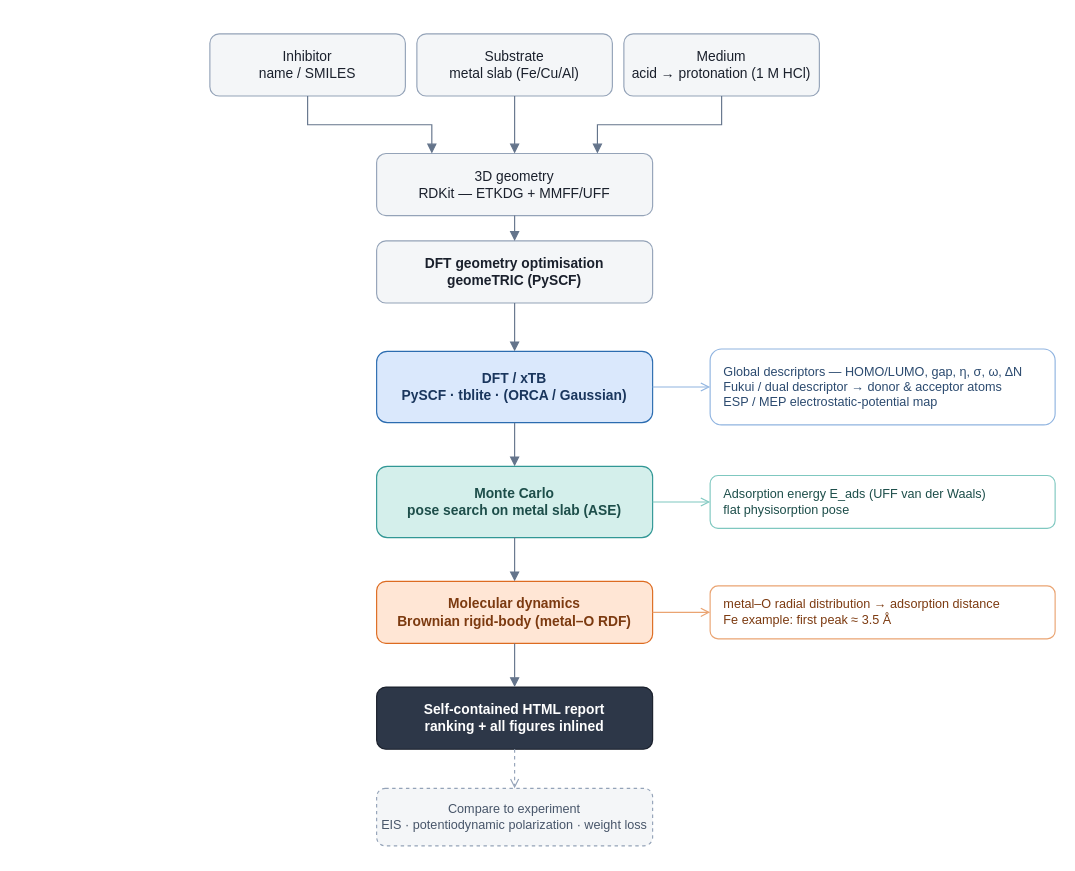
braboj/corrosim keeps this draw.io diagram as docs/diagrams/pipeline.drawio. Above is the earlier version. Source tidied: cells renumbered, new cells numbered last; positions are measured from the earlier drawing's top-left corner, leaving out a move shared by most shapes. Both pictures are drawn from the tidied source at 115%, with x=0, y=0 at pixel (209, 33).
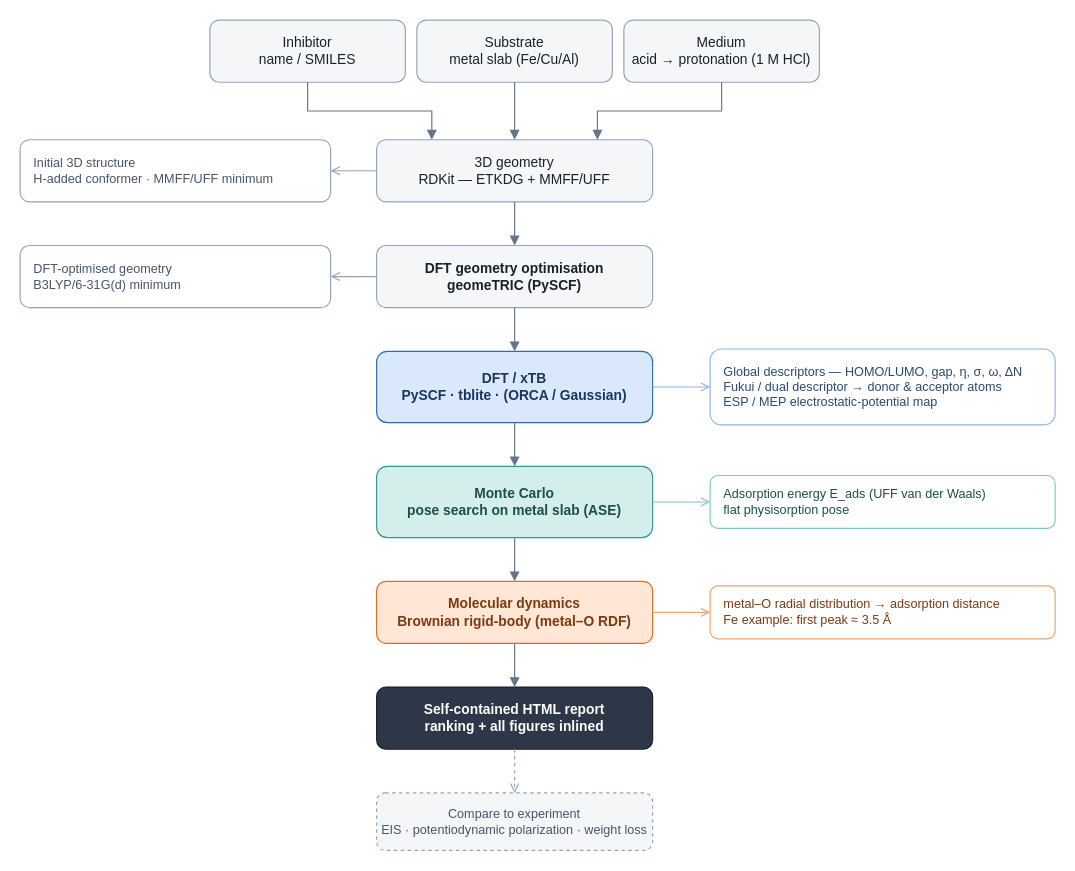
After the change.

Commit message (it also covers changes not shown here):
docs(diagram): uniform arrow spacing; add geometry-step artifact boxes

Make the vertical gaps between all process boxes equal so the 3D
geometry -> DFT optimisation arrow matches the rest. Add left-side
output boxes for the two geometry steps (initial 3D structure;
DFT-optimised geometry), mirroring the DFT/MC/MD artifact boxes on the
right. Re-export to both PNG destinations.

Diff of the diagram source:
```diff
@@
     <mxCell id="2" value="Inhibitor&#10;name / SMILES" style="rounded=1;whiteSpace=wrap;html=1;fillColor=#f4f6f8;strokeColor=#94a3b8;fontSize=12;fontColor=#1a202c;" parent="1" vertex="1">
-      <mxGeometry width="170" height="54" as="geometry" />
+      <mxGeometry y="-12" width="170" height="54" as="geometry" />
     </mxCell>
     <mxCell id="3" value="Substrate&#10;metal slab (Fe/Cu/Al)" style="rounded=1;whiteSpace=wrap;html=1;fillColor=#f4f6f8;strokeColor=#94a3b8;fontSize=12;fontColor=#1a202c;" parent="1" vertex="1">
-      <mxGeometry x="180" width="170" height="54" as="geometry" />
+      <mxGeometry x="180" y="-12" width="170" height="54" as="geometry" />
     </mxCell>
     <mxCell id="4" value="Medium&#10;acid → protonation (1 M HCl)" style="rounded=1;whiteSpace=wrap;html=1;fillColor=#f4f6f8;strokeColor=#94a3b8;fontSize=12;fontColor=#1a202c;" parent="1" vertex="1">
-      <mxGeometry x="360" width="170" height="54" as="geometry" />
+      <mxGeometry x="360" y="-12" width="170" height="54" as="geometry" />
     </mxCell>
+    <mxCell id="27" value="Initial 3D structure&#10;H-added conformer · MMFF/UFF minimum" style="rounded=1;whiteSpace=wrap;html=1;fillColor=#ffffff;strokeColor=#94a3b8;fontSize=11;fontColor=#475569;align=left;spacingLeft=10;" parent="1" vertex="1">
+      <mxGeometry x="-165" y="92" width="270" height="54" as="geometry" />
+    </mxCell>
     <mxCell id="5" value="3D geometry&#10;RDKit — ETKDG + MMFF/UFF" style="rounded=1;whiteSpace=wrap;html=1;fillColor=#f4f6f8;strokeColor=#94a3b8;fontSize=12;fontColor=#1a202c;" parent="1" vertex="1">
-      <mxGeometry x="145" y="104" width="240" height="54" as="geometry" />
+      <mxGeometry x="145" y="92" width="240" height="54" as="geometry" />
     </mxCell>
+    <mxCell id="28" value="DFT-optimised geometry&#10;B3LYP/6-31G(d) minimum" style="rounded=1;whiteSpace=wrap;html=1;fillColor=#ffffff;strokeColor=#94a3b8;fontSize=11;fontColor=#475569;align=left;spacingLeft=10;" parent="1" vertex="1">
+      <mxGeometry x="-165" y="184" width="270" height="54" as="geometry" />
+    </mxCell>
     <mxCell id="6" value="DFT geometry optimisation&#10;geomeTRIC (PySCF)" style="rounded=1;whiteSpace=wrap;html=1;fillColor=#f4f6f8;strokeColor=#94a3b8;fontSize=12;fontStyle=1;fontColor=#1a202c;" parent="1" vertex="1">
-      <mxGeometry x="145" y="180" width="240" height="54" as="geometry" />
+      <mxGeometry x="145" y="184" width="240" height="54" as="geometry" />
     </mxCell>
@@
     <mxCell id="14" value="Compare to experiment&#10;EIS · potentiodynamic polarization · weight loss" style="rounded=1;whiteSpace=wrap;html=1;dashed=1;fillColor=#f4f6f8;strokeColor=#94a3b8;fontSize=11;fontColor=#475569;" parent="1" vertex="1">
-      <mxGeometry x="145" y="656" width="240" height="50" as="geometry" />
+      <mxGeometry x="145" y="660" width="240" height="50" as="geometry" />
     </mxCell>
@@
+    <mxCell id="29" style="edgeStyle=orthogonalEdgeStyle;rounded=0;html=1;strokeColor=#94a3b8;endArrow=open;endFill=0;exitX=0;exitY=0.5;exitDx=0;exitDy=0;entryX=1;entryY=0.5;entryDx=0;entryDy=0;" parent="1" edge="1" source="5" target="27">
+      <mxGeometry relative="1" as="geometry" />
+    </mxCell>
+    <mxCell id="30" style="edgeStyle=orthogonalEdgeStyle;rounded=0;html=1;strokeColor=#94a3b8;endArrow=open;endFill=0;exitX=0;exitY=0.5;exitDx=0;exitDy=0;entryX=1;entryY=0.5;entryDx=0;entryDy=0;" parent="1" edge="1" source="6" target="28">
+      <mxGeometry relative="1" as="geometry" />
+    </mxCell>
```
